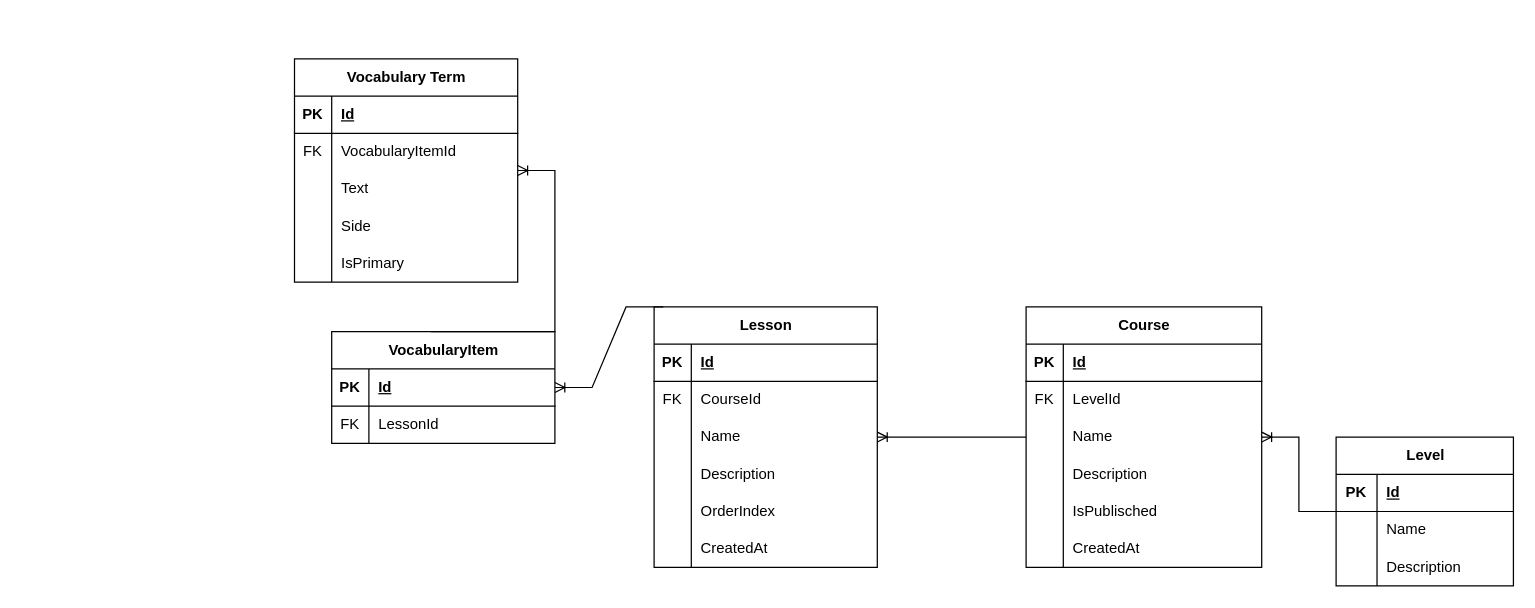
This is docs/database/DatabaseDiagram.drawio from yankovva/LernDeutchApp, a draw.io file, before an edit. Source tidied: cells renumbered, new cells numbered last; positions are measured from the earlier drawing's top-left corner, leaving out a move shared by most shapes. Both pictures are drawn from the tidied source at 124%, with x=0, y=0 at pixel (294, 58).
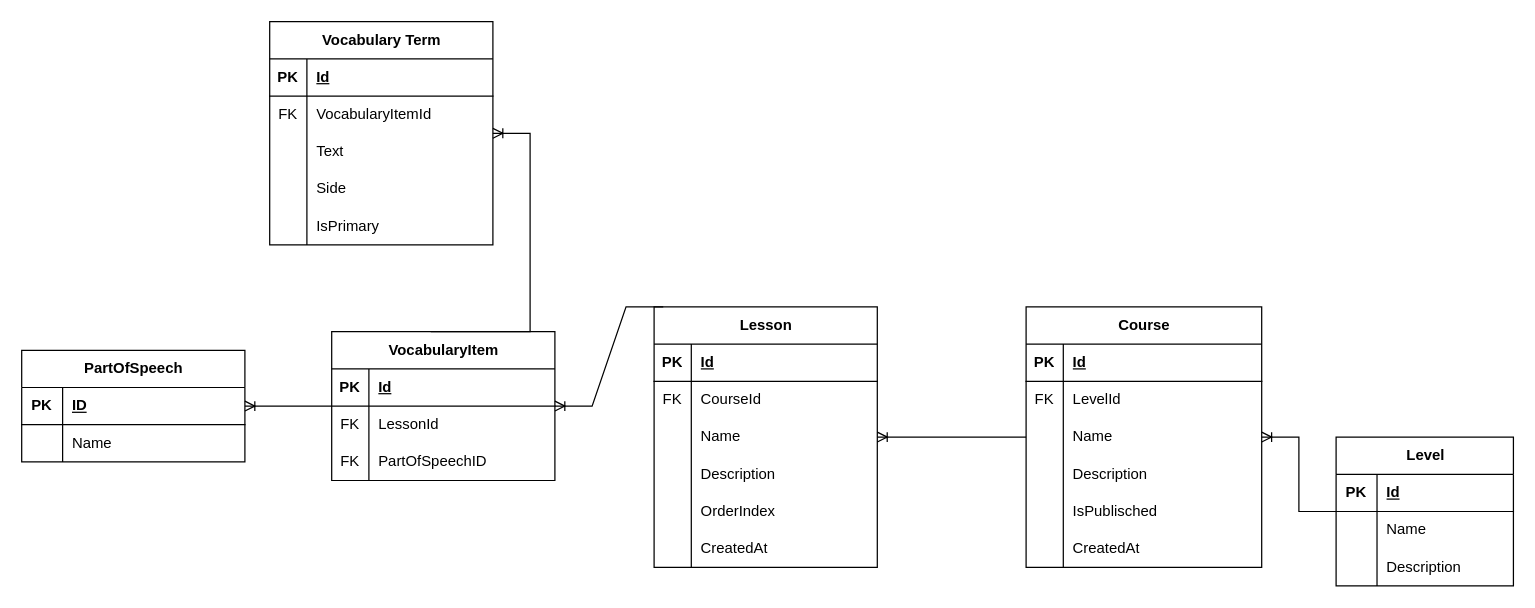
After the change.

Change to the diagram source:
```diff
@@
     <mxCell id="53" value="VocabularyItem" style="shape=table;startSize=30;childLayout=tableLayout;rowLines=0;fontStyle=1;align=center;html=1;" parent="1" vertex="1">
-      <mxGeometry x="30" y="220" width="180" height="90" as="geometry" />
+      <mxGeometry x="30" y="220" width="180" height="120" as="geometry" />
     </mxCell>
@@
+    <mxCell id="78" style="shape=tableRow;horizontal=0;startSize=0;swimlaneHead=0;swimlaneBody=0;fillColor=none;top=0;left=0;right=0;bottom=0;" parent="53" vertex="1">
+      <mxGeometry y="90" width="180" height="30" as="geometry" />
+    </mxCell>
+    <mxCell id="79" value="FK" style="shape=partialRectangle;fillColor=none;top=0;left=0;bottom=0;right=0;overflow=hidden;whiteSpace=wrap;html=1;" parent="78" vertex="1">
+      <mxGeometry width="30" height="30" as="geometry" />
+    </mxCell>
+    <mxCell id="80" value="PartOfSpeechID" style="shape=partialRectangle;fillColor=none;top=0;left=0;bottom=0;right=0;align=left;spacingLeft=6;overflow=hidden;whiteSpace=wrap;html=1;" parent="78" vertex="1">
+      <mxGeometry x="30" width="150" height="30" as="geometry" />
+    </mxCell>
     <mxCell id="60" value="Vocabulary Term" style="shape=table;startSize=30;childLayout=tableLayout;rowLines=0;fontStyle=1;align=center;html=1;" parent="1" vertex="1">
-      <mxGeometry width="180" height="180" as="geometry" />
+      <mxGeometry x="-20" y="-30" width="180" height="180" as="geometry" />
     </mxCell>
@@
+    <mxCell id="81" value="PartOfSpeech" style="shape=table;startSize=30;childLayout=tableLayout;rowLines=0;fontStyle=1;align=center;html=1;" parent="1" vertex="1">
+      <mxGeometry x="-220" y="235" width="180" height="90" as="geometry" />
+    </mxCell>
+    <mxCell id="82" style="shape=tableRow;horizontal=0;startSize=0;swimlaneHead=0;swimlaneBody=0;fillColor=none;top=0;left=0;right=0;bottom=1;" parent="81" vertex="1">
+      <mxGeometry y="30" width="180" height="30" as="geometry" />
+    </mxCell>
+    <mxCell id="83" value="PK" style="shape=partialRectangle;fillColor=none;top=0;left=0;bottom=0;right=0;fontStyle=1;overflow=hidden;whiteSpace=wrap;html=1;" parent="82" vertex="1">
+      <mxGeometry width="33" height="30" as="geometry" />
+    </mxCell>
+    <mxCell id="84" value="ID" style="shape=partialRectangle;fillColor=none;top=0;left=0;bottom=0;right=0;align=left;spacingLeft=6;fontStyle=5;overflow=hidden;whiteSpace=wrap;html=1;" parent="82" vertex="1">
+      <mxGeometry x="33" width="147" height="30" as="geometry" />
+    </mxCell>
+    <mxCell id="85" style="shape=tableRow;horizontal=0;startSize=0;swimlaneHead=0;swimlaneBody=0;fillColor=none;top=0;left=0;right=0;bottom=0;" parent="81" vertex="1">
+      <mxGeometry y="60" width="180" height="30" as="geometry" />
+    </mxCell>
+    <mxCell id="86" style="shape=partialRectangle;fillColor=none;top=0;left=0;bottom=0;right=0;overflow=hidden;whiteSpace=wrap;html=1;" parent="85" vertex="1">
+      <mxGeometry width="33" height="30" as="geometry" />
+    </mxCell>
+    <mxCell id="87" value="Name" style="shape=partialRectangle;fillColor=none;top=0;left=0;bottom=0;right=0;align=left;spacingLeft=6;overflow=hidden;whiteSpace=wrap;html=1;" parent="85" vertex="1">
+      <mxGeometry x="33" width="147" height="30" as="geometry" />
+    </mxCell>
+    <mxCell id="88" style="edgeStyle=entityRelationEdgeStyle;fontSize=12;html=1;endArrow=ERoneToMany;rounded=0;" parent="1" edge="1" source="53" target="81">
+      <mxGeometry relative="1" as="geometry" />
+    </mxCell>
```
